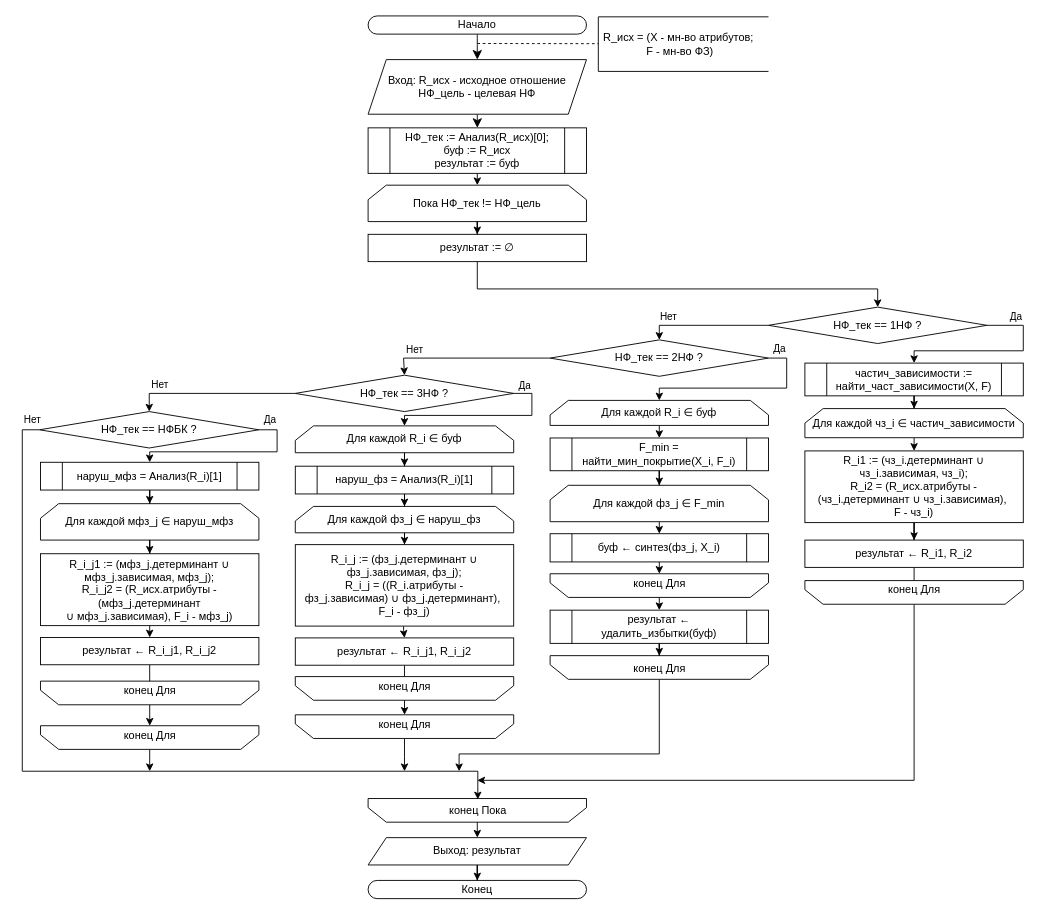
Before: Общ_декомпозиция1.drawio in sampletext117/auto_normalization, a draw.io diagram. Source tidied: cells renumbered, new cells numbered last; positions are measured from the earlier drawing's top-left corner, leaving out a move shared by most shapes. Both pictures are drawn from the tidied source at 91%, with x=0, y=0 at pixel (22, 15).
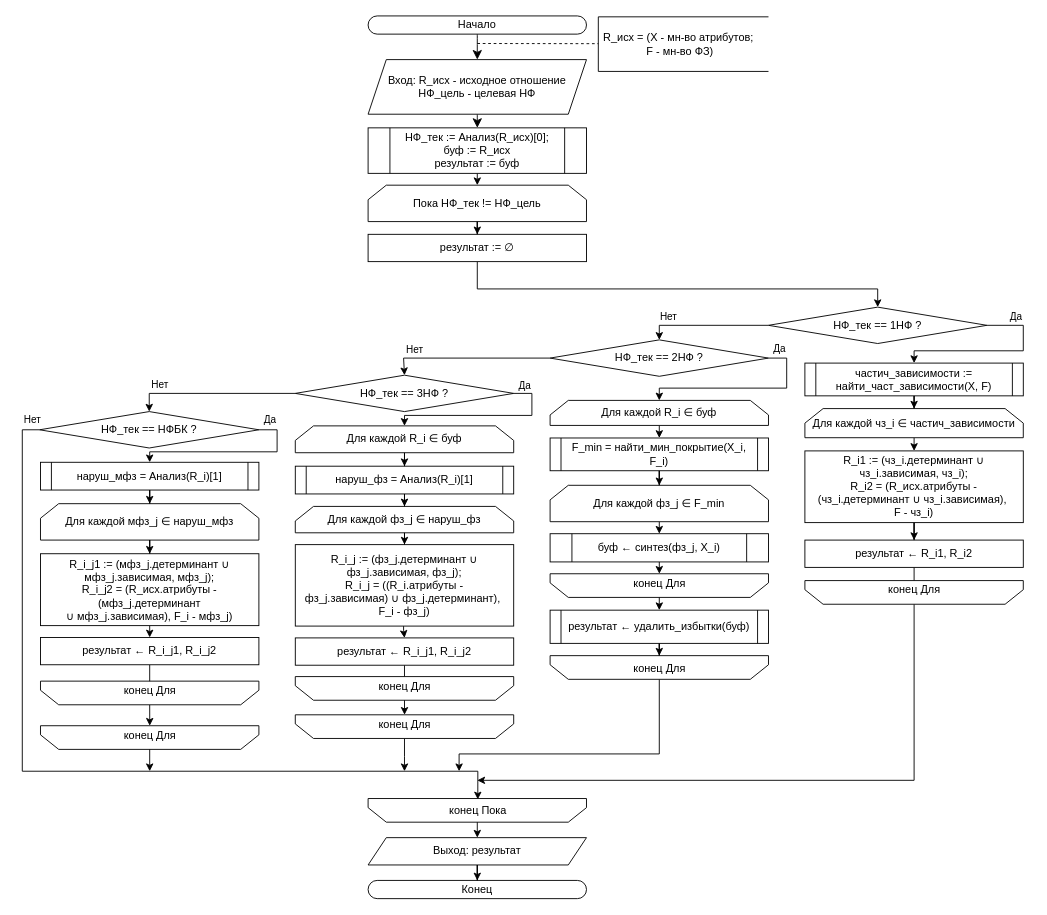
Above is the later version.

What changed in the source:
```diff
@@
-    <mxCell id="14" value="частич_зависимости := найти_част_зависимости(X, F)" style="shape=process;whiteSpace=wrap;html=1;backgroundOutline=1;" parent="1" vertex="1">
+    <mxCell id="14" value="частич_зависимости := найти_част_зависимости(X, F)" style="shape=process;whiteSpace=wrap;html=1;backgroundOutline=1;size=0.05;" parent="1" vertex="1">
       <mxGeometry x="860" y="381.5" width="240" height="36" as="geometry" />
     </mxCell>
@@
-    <mxCell id="28" value="F_min = найти_мин_покрытие(X_i, F_i)" style="shape=process;whiteSpace=wrap;html=1;backgroundOutline=1;" parent="1" vertex="1">
+    <mxCell id="28" value="F_min = найти_мин_покрытие(X_i, F_i)" style="shape=process;whiteSpace=wrap;html=1;backgroundOutline=1;size=0.05;" parent="1" vertex="1">
       <mxGeometry x="580" y="463.8" width="240" height="36" as="geometry" />
     </mxCell>
@@
-    <mxCell id="39" value="результат ← удалить_избытки(буф)" style="shape=process;whiteSpace=wrap;html=1;backgroundOutline=1;" parent="1" vertex="1">
+    <mxCell id="39" value="результат ← удалить_избытки(буф)" style="shape=process;whiteSpace=wrap;html=1;backgroundOutline=1;size=0.05;" parent="1" vertex="1">
       <mxGeometry x="580" y="653" width="240" height="36.5" as="geometry" />
     </mxCell>
@@
-    <mxCell id="55" value="наруш_фз = Анализ(R_i)[1]" style="shape=process;whiteSpace=wrap;html=1;backgroundOutline=1;" parent="1" vertex="1">
+    <mxCell id="55" value="наруш_фз = Анализ(R_i)[1]" style="shape=process;whiteSpace=wrap;html=1;backgroundOutline=1;size=0.05;" parent="1" vertex="1">
       <mxGeometry x="300" y="494.8" width="240" height="30.5" as="geometry" />
     </mxCell>
@@
-    <mxCell id="77" value="наруш_мфз = Анализ(R_i)[1]" style="shape=process;whiteSpace=wrap;html=1;backgroundOutline=1;" parent="1" vertex="1">
+    <mxCell id="77" value="наруш_мфз = Анализ(R_i)[1]" style="shape=process;whiteSpace=wrap;html=1;backgroundOutline=1;size=0.05;" parent="1" vertex="1">
       <mxGeometry x="20" y="490.5" width="240" height="30.5" as="geometry" />
     </mxCell>
```
